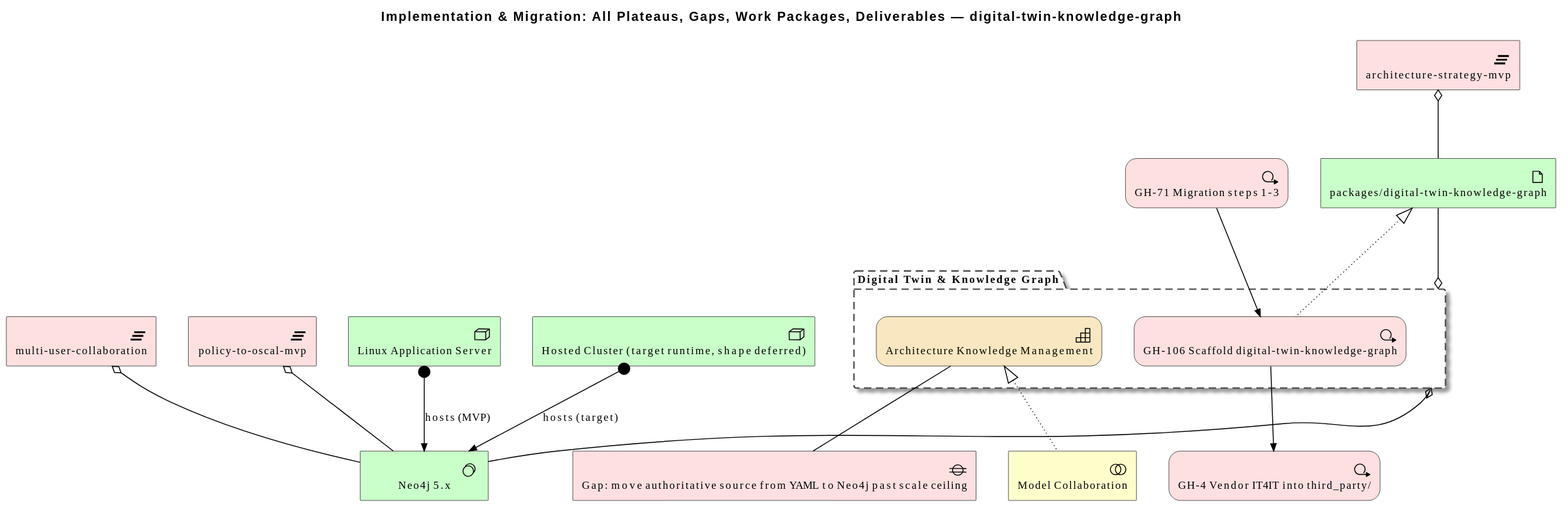
Above: architecture/model/diagrams/migration/overview/digital-twin-knowledge-graph.svg in wolffy-au/frictionless-architect (PlantUML), before the change. Its diagram source:
```plantuml
@startuml
!include <archimate/Archimate>

title Implementation & Migration: All Plateaus, Gaps, Work Packages, Deliverables — digital-twin-knowledge-graph

Business_Collaboration(e_id2aa180bf48e258, "Model Collaboration")
Technology_Artifact(e_id69891242354858, "packages/digital-twin-knowledge-graph")
Implementation_WorkPackage(e_idf0b1b54884f45d, "GH-71 Migration steps 1-3")
Implementation_WorkPackage(e_idf3a2f1b37db655, "GH-4 Vendor IT4IT into third_party/")
Technology_Node(e_id87c8b07cea4751, "Linux Application Server")
Technology_SystemSoftware(e_id625e631f1f715e, "Neo4j 5.x")
Technology_Node(e_id77a3094245ca50, "Hosted Cluster (target runtime, shape deferred)")
Implementation_Gap(e_id1db7789502785e, "Gap: move authoritative source from YAML to Neo4j past scale ceiling")
Implementation_Plateau(e_id726fa9a2d0835f, "architecture-strategy-mvp")
Implementation_Plateau(e_id5024d2087dac51, "multi-user-collaboration")
Implementation_Plateau(e_idb94c55ad2a0756, "policy-to-oscal-mvp")
Grouping(e_id2fe39f74e00e5c, "Digital Twin & Knowledge Graph") {
  Strategy_Capability(e_id18ec07397a9d5f, "Architecture Knowledge Management")
  Implementation_WorkPackage(e_id07f2b195f01056, "GH-106 Scaffold digital-twin-knowledge-graph")
}

Rel_Triggering(e_idf0b1b54884f45d, e_id07f2b195f01056, "")
Rel_Triggering(e_id07f2b195f01056, e_idf3a2f1b37db655, "")
Rel_Realization_Up(e_id07f2b195f01056, e_id69891242354858, "")
Rel_Aggregation(e_id726fa9a2d0835f, e_id69891242354858, "")
Rel_Assignment(e_id87c8b07cea4751, e_id625e631f1f715e, "hosts (MVP)")
Rel_Assignment(e_id77a3094245ca50, e_id625e631f1f715e, "hosts (target)")
Rel_Aggregation(e_idb94c55ad2a0756, e_id625e631f1f715e, "")
Rel_Aggregation(e_id5024d2087dac51, e_id625e631f1f715e, "")
Rel_Association(e_id18ec07397a9d5f, e_id1db7789502785e, "")
Rel_Realization_Up(e_id2aa180bf48e258, e_id18ec07397a9d5f, "")
Rel_Aggregation(e_id2fe39f74e00e5c, e_id69891242354858, "")
Rel_Aggregation(e_id2fe39f74e00e5c, e_id625e631f1f715e, "")
@enduml
```
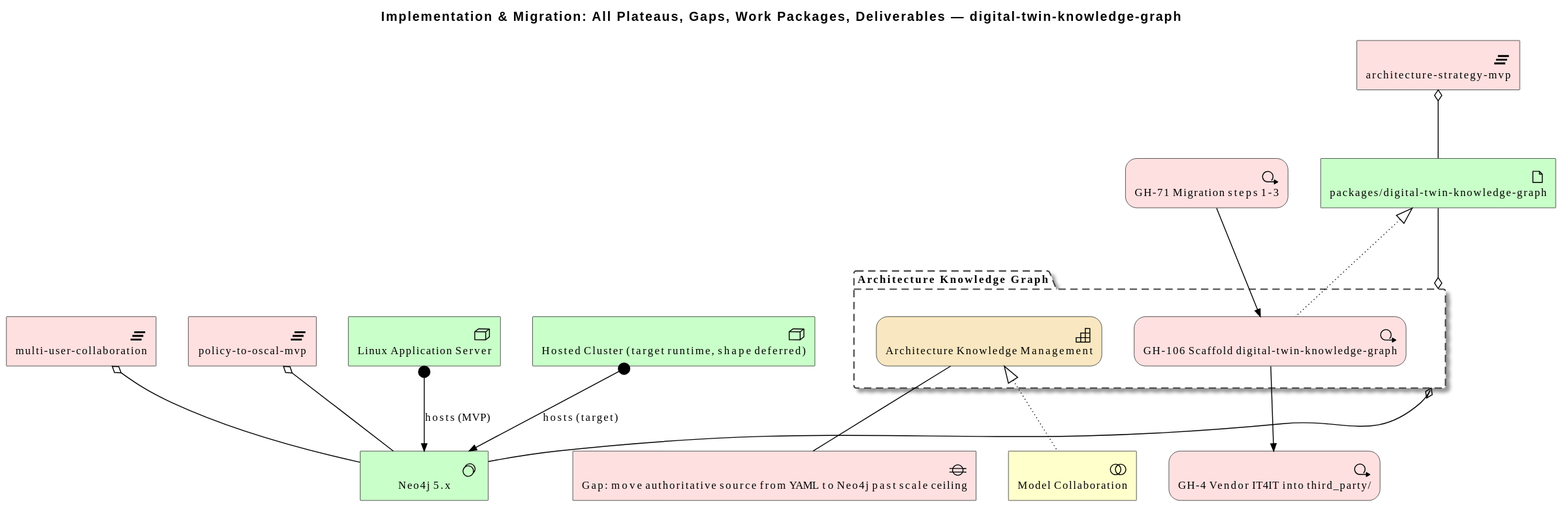
After the change.

The edit, as a diff of the source:
```diff
@@ -14,7 +14,7 @@
 Implementation_Plateau(e_id726fa9a2d0835f, "architecture-strategy-mvp")
 Implementation_Plateau(e_id5024d2087dac51, "multi-user-collaboration")
 Implementation_Plateau(e_idb94c55ad2a0756, "policy-to-oscal-mvp")
-Grouping(e_id2fe39f74e00e5c, "Digital Twin & Knowledge Graph") {
+Grouping(e_id2fe39f74e00e5c, "Architecture Knowledge Graph") {
   Strategy_Capability(e_id18ec07397a9d5f, "Architecture Knowledge Management")
   Implementation_WorkPackage(e_id07f2b195f01056, "GH-106 Scaffold digital-twin-knowledge-graph")
 }
```
